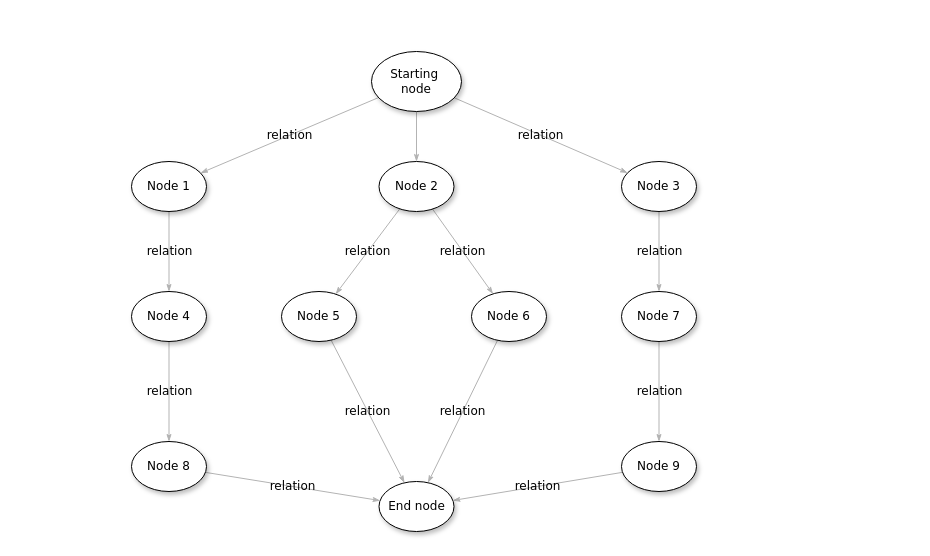
Above: Untitled Diagram.drawio in thekernelcode/Cop (draw.io), before the change. Source tidied: cells renumbered, new cells numbered last; positions are measured from the earlier drawing's top-left corner, leaving out a move shared by most shapes. Both pictures are drawn from the tidied source at 100%, with x=0, y=0 at pixel (131, 51).
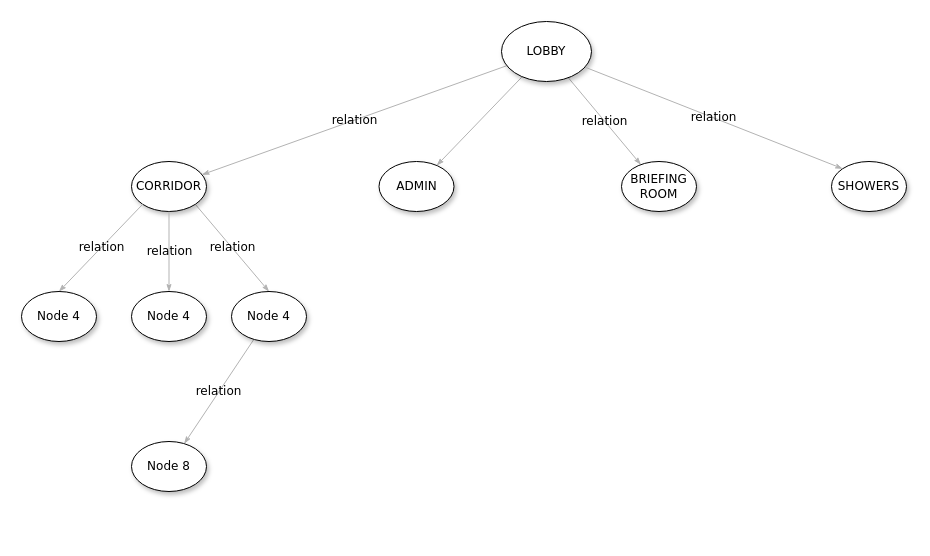
After the change.

The change refers to these unchanged cells:
```xml
<mxCell id="25" value="&lt;span&gt;Node 8&lt;/span&gt;" style="ellipse;whiteSpace=wrap;html=1;rounded=0;shadow=1;comic=0;labelBackgroundColor=none;strokeWidth=1;fontFamily=Verdana;fontSize=12;align=center;" parent="1" vertex="1">
  <mxGeometry y="390" width="75" height="50" as="geometry" />
</mxCell>
```

Change to the diagram source:
```diff
@@
-    <mxCell id="5" value="Starting&amp;nbsp;&lt;div&gt;node&lt;/div&gt;" style="ellipse;whiteSpace=wrap;html=1;rounded=0;shadow=1;comic=0;labelBackgroundColor=none;strokeWidth=1;fontFamily=Verdana;fontSize=12;align=center;" parent="1" vertex="1">
-      <mxGeometry x="240" width="90" height="60" as="geometry" />
+    <mxCell id="5" value="LOBBY" style="ellipse;whiteSpace=wrap;html=1;rounded=0;shadow=1;comic=0;labelBackgroundColor=none;strokeWidth=1;fontFamily=Verdana;fontSize=12;align=center;" parent="1" vertex="1">
+      <mxGeometry x="370" y="-30" width="90" height="60" as="geometry" />
     </mxCell>
-    <mxCell id="6" value="relation" style="edgeStyle=none;rounded=1;html=1;labelBackgroundColor=none;startArrow=none;startFill=0;startSize=5;endArrow=classicThin;endFill=1;endSize=5;jettySize=auto;strokeColor=#B3B3B3;strokeWidth=1;fontFamily=Verdana;fontSize=12;" parent="1" edge="1" source="8" target="18">
-      <mxGeometry relative="1" as="geometry" />
-    </mxCell>
-    <mxCell id="7" value="relation" style="edgeStyle=none;rounded=1;html=1;labelBackgroundColor=none;startArrow=none;startFill=0;startSize=5;endArrow=classicThin;endFill=1;endSize=5;jettySize=auto;strokeColor=#B3B3B3;strokeWidth=1;fontFamily=Verdana;fontSize=12;" parent="1" edge="1" source="8" target="16">
-      <mxGeometry relative="1" as="geometry" />
-    </mxCell>
-    <mxCell id="8" value="&lt;span&gt;Node 2&lt;/span&gt;" style="ellipse;whiteSpace=wrap;html=1;rounded=0;shadow=1;comic=0;labelBackgroundColor=none;strokeWidth=1;fontFamily=Verdana;fontSize=12;align=center;" parent="1" vertex="1">
+    <mxCell id="8" value="&lt;span&gt;ADMIN&lt;/span&gt;" style="ellipse;whiteSpace=wrap;html=1;rounded=0;shadow=1;comic=0;labelBackgroundColor=none;strokeWidth=1;fontFamily=Verdana;fontSize=12;align=center;" parent="1" vertex="1">
       <mxGeometry x="247.5" y="110" width="75" height="50" as="geometry" />
     </mxCell>
-    <mxCell id="9" value="relation" style="edgeStyle=none;rounded=1;html=1;labelBackgroundColor=none;startArrow=none;startFill=0;startSize=5;endArrow=classicThin;endFill=1;endSize=5;jettySize=auto;strokeColor=#B3B3B3;strokeWidth=1;fontFamily=Verdana;fontSize=12;" parent="1" edge="1" source="10" target="12">
-      <mxGeometry relative="1" as="geometry" />
-    </mxCell>
-    <mxCell id="10" value="&lt;span&gt;Node 3&lt;/span&gt;" style="ellipse;whiteSpace=wrap;html=1;rounded=0;shadow=1;comic=0;labelBackgroundColor=none;strokeWidth=1;fontFamily=Verdana;fontSize=12;align=center;" parent="1" vertex="1">
+    <mxCell id="10" value="&lt;span&gt;BRIEFING&lt;br&gt;ROOM&lt;br&gt;&lt;/span&gt;" style="ellipse;whiteSpace=wrap;html=1;rounded=0;shadow=1;comic=0;labelBackgroundColor=none;strokeWidth=1;fontFamily=Verdana;fontSize=12;align=center;" parent="1" vertex="1">
       <mxGeometry x="490" y="110" width="75" height="50" as="geometry" />
     </mxCell>
-    <mxCell id="11" value="relation" style="edgeStyle=none;rounded=1;html=1;labelBackgroundColor=none;startArrow=none;startFill=0;startSize=5;endArrow=classicThin;endFill=1;endSize=5;jettySize=auto;strokeColor=#B3B3B3;strokeWidth=1;fontFamily=Verdana;fontSize=12;" parent="1" edge="1" source="12" target="14">
-      <mxGeometry relative="1" as="geometry" />
-    </mxCell>
-    <mxCell id="12" value="&lt;span&gt;Node 7&lt;/span&gt;" style="ellipse;whiteSpace=wrap;html=1;rounded=0;shadow=1;comic=0;labelBackgroundColor=none;strokeWidth=1;fontFamily=Verdana;fontSize=12;align=center;" parent="1" vertex="1">
-      <mxGeometry x="490" y="240" width="75" height="50" as="geometry" />
-    </mxCell>
-    <mxCell id="13" value="relation" style="edgeStyle=none;rounded=1;html=1;labelBackgroundColor=none;startArrow=none;startFill=0;startSize=5;endArrow=classicThin;endFill=1;endSize=5;jettySize=auto;strokeColor=#B3B3B3;strokeWidth=1;fontFamily=Verdana;fontSize=12;" parent="1" edge="1" source="14" target="19">
-      <mxGeometry relative="1" as="geometry" />
-    </mxCell>
-    <mxCell id="14" value="&lt;span&gt;Node 9&lt;/span&gt;" style="ellipse;whiteSpace=wrap;html=1;rounded=0;shadow=1;comic=0;labelBackgroundColor=none;strokeWidth=1;fontFamily=Verdana;fontSize=12;align=center;" parent="1" vertex="1">
-      <mxGeometry x="490" y="390" width="75" height="50" as="geometry" />
-    </mxCell>
-    <mxCell id="15" value="relation" style="edgeStyle=none;rounded=1;html=1;labelBackgroundColor=none;startArrow=none;startFill=0;startSize=5;endArrow=classicThin;endFill=1;endSize=5;jettySize=auto;strokeColor=#B3B3B3;strokeWidth=1;fontFamily=Verdana;fontSize=12;" parent="1" edge="1" source="16" target="19">
-      <mxGeometry relative="1" as="geometry" />
-    </mxCell>
-    <mxCell id="16" value="&lt;span&gt;Node 6&lt;/span&gt;" style="ellipse;whiteSpace=wrap;html=1;rounded=0;shadow=1;comic=0;labelBackgroundColor=none;strokeWidth=1;fontFamily=Verdana;fontSize=12;align=center;" parent="1" vertex="1">
-      <mxGeometry x="340" y="240" width="75" height="50" as="geometry" />
-    </mxCell>
-    <mxCell id="17" value="relation" style="edgeStyle=none;rounded=1;html=1;labelBackgroundColor=none;startArrow=none;startFill=0;startSize=5;endArrow=classicThin;endFill=1;endSize=5;jettySize=auto;strokeColor=#B3B3B3;strokeWidth=1;fontFamily=Verdana;fontSize=12;" parent="1" edge="1" source="18" target="19">
-      <mxGeometry relative="1" as="geometry" />
-    </mxCell>
-    <mxCell id="18" value="&lt;span&gt;Node 5&lt;/span&gt;" style="ellipse;whiteSpace=wrap;html=1;rounded=0;shadow=1;comic=0;labelBackgroundColor=none;strokeWidth=1;fontFamily=Verdana;fontSize=12;align=center;" parent="1" vertex="1">
-      <mxGeometry x="150" y="240" width="75" height="50" as="geometry" />
-    </mxCell>
-    <mxCell id="19" value="End node" style="ellipse;whiteSpace=wrap;html=1;rounded=0;shadow=1;comic=0;labelBackgroundColor=none;strokeWidth=1;fontFamily=Verdana;fontSize=12;align=center;" parent="1" vertex="1">
-      <mxGeometry x="247.5" y="430" width="75" height="50" as="geometry" />
-    </mxCell>
-    <mxCell id="20" value="relation" style="edgeStyle=none;rounded=1;html=1;labelBackgroundColor=none;startArrow=none;startFill=0;startSize=5;endArrow=classicThin;endFill=1;endSize=5;jettySize=auto;strokeColor=#B3B3B3;strokeWidth=1;fontFamily=Verdana;fontSize=12;" parent="1" edge="1" source="21" target="23">
+    <mxCell id="20" value="relation" style="edgeStyle=none;rounded=1;html=1;labelBackgroundColor=none;startArrow=none;startFill=0;startSize=5;endArrow=classicThin;endFill=1;endSize=5;jettySize=auto;strokeColor=#B3B3B3;strokeWidth=1;fontFamily=Verdana;fontSize=12;exitX=1;exitY=1;exitDx=0;exitDy=0;entryX=0.5;entryY=0;entryDx=0;entryDy=0;" parent="1" edge="1" source="21" target="23">
       <mxGeometry relative="1" as="geometry" />
     </mxCell>
-    <mxCell id="21" value="Node 1" style="ellipse;whiteSpace=wrap;html=1;rounded=0;shadow=1;comic=0;labelBackgroundColor=none;strokeWidth=1;fontFamily=Verdana;fontSize=12;align=center;" parent="1" vertex="1">
+    <mxCell id="21" value="CORRIDOR" style="ellipse;whiteSpace=wrap;html=1;rounded=0;shadow=1;comic=0;labelBackgroundColor=none;strokeWidth=1;fontFamily=Verdana;fontSize=12;align=center;" parent="1" vertex="1">
       <mxGeometry y="110" width="75" height="50" as="geometry" />
     </mxCell>
@@
     <mxCell id="23" value="&lt;span&gt;Node 4&lt;/span&gt;" style="ellipse;whiteSpace=wrap;html=1;rounded=0;shadow=1;comic=0;labelBackgroundColor=none;strokeWidth=1;fontFamily=Verdana;fontSize=12;align=center;" parent="1" vertex="1">
-      <mxGeometry y="240" width="75" height="50" as="geometry" />
+      <mxGeometry x="100" y="240" width="75" height="50" as="geometry" />
     </mxCell>
-    <mxCell id="24" value="relation" style="edgeStyle=none;rounded=1;html=1;labelBackgroundColor=none;startArrow=none;startFill=0;startSize=5;endArrow=classicThin;endFill=1;endSize=5;jettySize=auto;strokeColor=#B3B3B3;strokeWidth=1;fontFamily=Verdana;fontSize=12;" parent="1" edge="1" source="25" target="19">
-      <mxGeometry relative="1" as="geometry" />
-    </mxCell>
@@
+    <mxCell id="26" value="&lt;span&gt;SHOWERS&lt;/span&gt;" style="ellipse;whiteSpace=wrap;html=1;rounded=0;shadow=1;comic=0;labelBackgroundColor=none;strokeWidth=1;fontFamily=Verdana;fontSize=12;align=center;" parent="1" vertex="1">
+      <mxGeometry x="700" y="110" width="75" height="50" as="geometry" />
+    </mxCell>
+    <mxCell id="27" value="relation" style="edgeStyle=none;rounded=1;html=1;labelBackgroundColor=none;startArrow=none;startFill=0;startSize=5;endArrow=classicThin;endFill=1;endSize=5;jettySize=auto;strokeColor=#B3B3B3;strokeWidth=1;fontFamily=Verdana;fontSize=12;entryX=0;entryY=0;entryDx=0;entryDy=0;exitX=0.93;exitY=0.762;exitDx=0;exitDy=0;exitPerimeter=0;" parent="1" edge="1" source="5" target="26">
+      <mxGeometry relative="1" as="geometry" />
+    </mxCell>
+    <mxCell id="28" value="&lt;span&gt;Node 4&lt;/span&gt;" style="ellipse;whiteSpace=wrap;html=1;rounded=0;shadow=1;comic=0;labelBackgroundColor=none;strokeWidth=1;fontFamily=Verdana;fontSize=12;align=center;" parent="1" vertex="1">
+      <mxGeometry y="240" width="75" height="50" as="geometry" />
+    </mxCell>
+    <mxCell id="29" value="&lt;span&gt;Node 4&lt;/span&gt;" style="ellipse;whiteSpace=wrap;html=1;rounded=0;shadow=1;comic=0;labelBackgroundColor=none;strokeWidth=1;fontFamily=Verdana;fontSize=12;align=center;" parent="1" vertex="1">
+      <mxGeometry x="-110" y="240" width="75" height="50" as="geometry" />
+    </mxCell>
+    <mxCell id="30" value="relation" style="edgeStyle=none;rounded=1;html=1;labelBackgroundColor=none;startArrow=none;startFill=0;startSize=5;endArrow=classicThin;endFill=1;endSize=5;jettySize=auto;strokeColor=#B3B3B3;strokeWidth=1;fontFamily=Verdana;fontSize=12;entryX=0.5;entryY=0;entryDx=0;entryDy=0;exitX=0;exitY=1;exitDx=0;exitDy=0;" parent="1" edge="1" source="21" target="29">
+      <mxGeometry relative="1" as="geometry" />
+    </mxCell>
+    <mxCell id="31" value="relation" style="edgeStyle=none;rounded=1;html=1;labelBackgroundColor=none;startArrow=none;startFill=0;startSize=5;endArrow=classicThin;endFill=1;endSize=5;jettySize=auto;strokeColor=#B3B3B3;strokeWidth=1;fontFamily=Verdana;fontSize=12;exitX=0.5;exitY=1;exitDx=0;exitDy=0;entryX=0.5;entryY=0;entryDx=0;entryDy=0;" parent="1" edge="1" source="21" target="28">
+      <mxGeometry relative="1" as="geometry" />
+    </mxCell>
```
